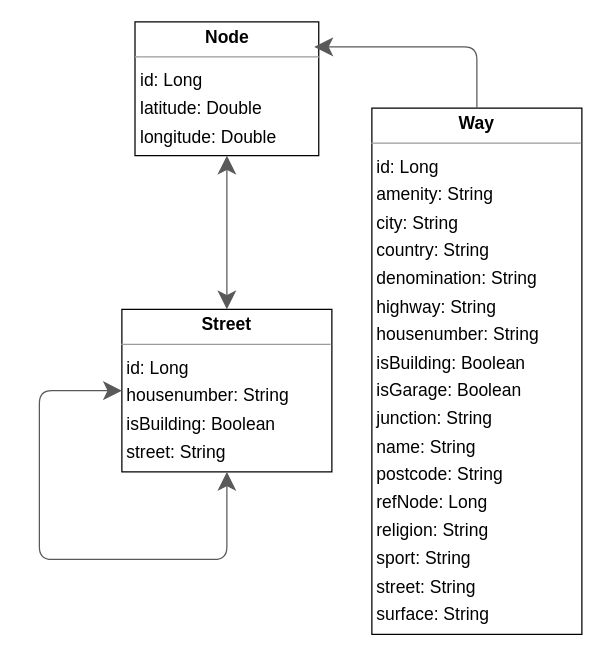
This is src/main/resources/drawio/entityRelation.drawio from alexander-wiltz/osm-pathifinding, a draw.io file, before an edit. Source tidied: cells renumbered, new cells numbered last; positions are measured from the earlier drawing's top-left corner, leaving out a move shared by most shapes. Both pictures are drawn from the tidied source at 125%, with x=0, y=0 at pixel (39, 21).
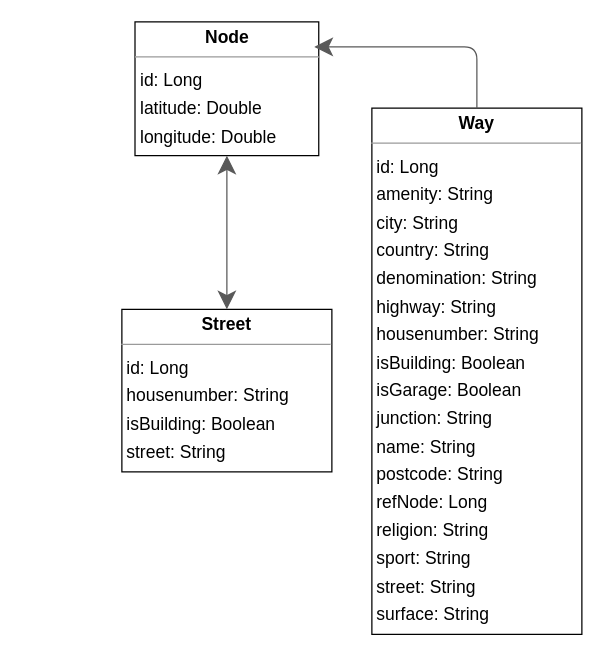
The same page after the edit.

Diff of the diagram source:
```diff
@@
 <mxGraphModel>
   <root>
     <mxCell id="0" />
     <mxCell id="1" parent="0" />
     <mxCell id="2" value="&lt;p style=&quot;margin:0px;margin-top:4px;text-align:center;&quot;&gt;&lt;b&gt;Node&lt;/b&gt;&lt;/p&gt;&lt;hr size=&quot;1&quot;&gt;&lt;p style=&quot;margin:0 0 0 4px;line-height:1.6;&quot;&gt; id:  Long &lt;br&gt; latitude:  Double &lt;br&gt; longitude:  Double &lt;/p&gt;" style="verticalAlign=top;align=left;overflow=fill;fontSize=14;fontFamily=Helvetica;html=1;rounded=0;shadow=0;comic=0;labelBackgroundColor=none;strokeWidth=1;" parent="1" vertex="1">
       <mxGeometry x="76.5" width="147" height="107" as="geometry" />
     </mxCell>
     <mxCell id="3" value="&lt;p style=&quot;margin:0px;margin-top:4px;text-align:center;&quot;&gt;&lt;b&gt;Street&lt;/b&gt;&lt;/p&gt;&lt;hr size=&quot;1&quot;&gt;&lt;p style=&quot;margin:0 0 0 4px;line-height:1.6;&quot;&gt; id:  Long &lt;br&gt; housenumber:  String &lt;br&gt; isBuilding:  Boolean &lt;br&gt; street:  String &lt;/p&gt;" style="verticalAlign=top;align=left;overflow=fill;fontSize=14;fontFamily=Helvetica;html=1;rounded=0;shadow=0;comic=0;labelBackgroundColor=none;strokeWidth=1;" parent="1" vertex="1">
       <mxGeometry x="66" y="230" width="168" height="130" as="geometry" />
     </mxCell>
     <mxCell id="4" value="&lt;p style=&quot;margin:0px;margin-top:4px;text-align:center;&quot;&gt;&lt;b&gt;Way&lt;/b&gt;&lt;/p&gt;&lt;hr size=&quot;1&quot;&gt;&lt;p style=&quot;margin:0 0 0 4px;line-height:1.6;&quot;&gt; id:  Long &lt;br&gt; amenity:  String &lt;br&gt; city:  String &lt;br&gt; country:  String &lt;br&gt; denomination:  String &lt;br&gt; highway:  String &lt;br&gt; housenumber:  String &lt;br&gt; isBuilding:  Boolean &lt;br&gt; isGarage:  Boolean &lt;br&gt; junction:  String &lt;br&gt; name:  String &lt;br&gt; postcode:  String &lt;br&gt; refNode:  Long &lt;br&gt; religion:  String &lt;br&gt; sport:  String &lt;br&gt; street:  String &lt;br&gt; surface:  String &lt;/p&gt;" style="verticalAlign=top;align=left;overflow=fill;fontSize=14;fontFamily=Helvetica;html=1;rounded=0;shadow=0;comic=0;labelBackgroundColor=none;strokeWidth=1;" parent="1" vertex="1">
       <mxGeometry x="266" y="69" width="168" height="421" as="geometry" />
     </mxCell>
     <mxCell id="5" style="html=1;rounded=1;edgeStyle=orthogonalEdgeStyle;dashed=0;startArrow=classic;startSize=12;endArrow=classic;endSize=12;strokeColor=#595959;exitX=0.500;exitY=0.000;exitDx=0;exitDy=0;entryX=0.500;entryY=1.000;entryDx=0;entryDy=0;" parent="1" edge="1" source="3" target="2">
       <mxGeometry relative="1" as="geometry" />
     </mxCell>
-    <mxCell id="6" style="html=1;rounded=1;edgeStyle=orthogonalEdgeStyle;dashed=0;startArrow=classic;startSize=12;endArrow=classic;endSize=12;strokeColor=#595959;exitX=0.000;exitY=0.500;exitDx=0;exitDy=0;entryX=0.500;entryY=1.000;entryDx=0;entryDy=0;" parent="1" edge="1" source="3" target="3">
-      <mxGeometry relative="1" as="geometry">
-        <Array as="points">
-          <mxPoint y="295" />
-          <mxPoint y="430" />
-          <mxPoint x="150" y="430" />
-        </Array>
-      </mxGeometry>
-    </mxCell>
     <mxCell id="7" style="html=1;rounded=1;edgeStyle=orthogonalEdgeStyle;dashed=0;startArrow=none;endArrow=classic;endSize=12;strokeColor=#595959;exitX=0.500;exitY=0.000;exitDx=0;exitDy=0;entryX=0.976;entryY=0.187;entryDx=0;entryDy=0;entryPerimeter=0;" parent="1" edge="1" source="4" target="2">
       <mxGeometry relative="1" as="geometry">
         <Array as="points">
           <mxPoint x="350" y="20" />
         </Array>
       </mxGeometry>
     </mxCell>
   </root>
 </mxGraphModel>
```
